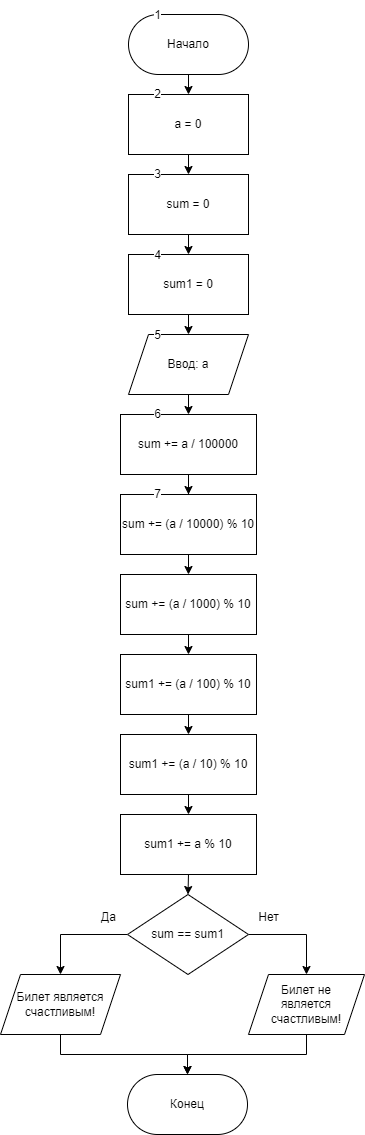
The draw.io diagram pr5/pr5.png in DeFis33/pr, before a commit. Source tidied: cells renumbered, new cells last; positions are measured from the earlier drawing's top-left corner, leaving out a move shared by most shapes.
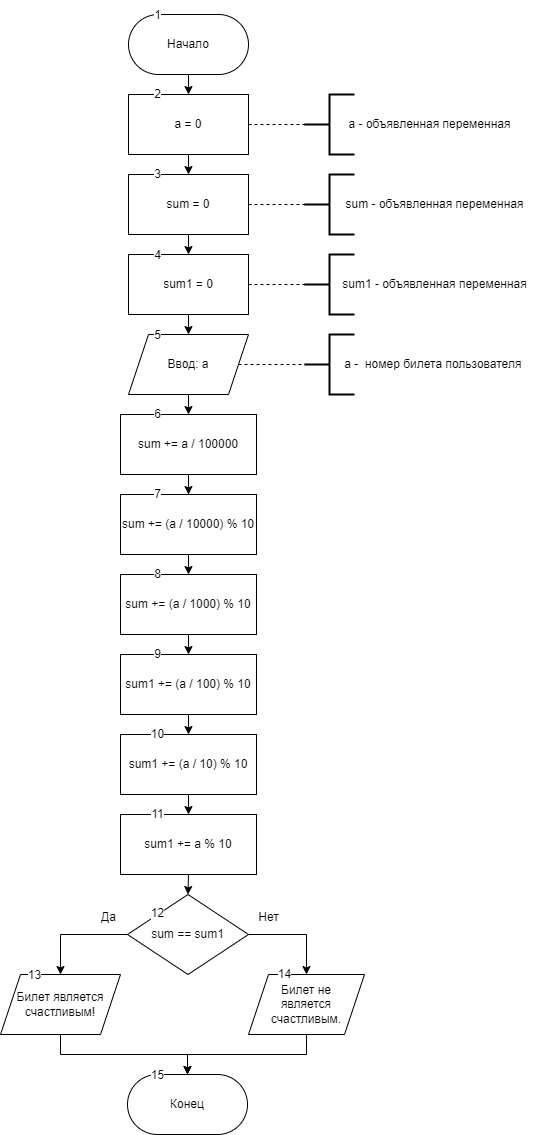
Later version of the same file.

The edit, as a diff of the source:
```diff
@@ -89,7 +89,7 @@
     <mxCell id="30" style="edgeStyle=orthogonalEdgeStyle;rounded=0;jettySize=auto;html=1;exitX=0.5;exitY=1;exitDx=0;exitDy=0;entryX=0.5;entryY=0;entryDx=0;entryDy=0;" parent="1" edge="1" source="31" target="34">
       <mxGeometry relative="1" as="geometry" />
     </mxCell>
-    <mxCell id="31" value="Билет не &lt;br&gt;является счастливым!" style="shape=parallelogram;perimeter=parallelogramPerimeter;whiteSpace=wrap;html=1;fixedSize=1;" parent="1" vertex="1">
+    <mxCell id="31" value="Билет не &lt;br&gt;является счастливым." style="shape=parallelogram;perimeter=parallelogramPerimeter;whiteSpace=wrap;html=1;fixedSize=1;" parent="1" vertex="1">
       <mxGeometry x="248" y="974" width="116" height="60" as="geometry" />
     </mxCell>
     <mxCell id="32" value="Да" style="text;html=1;align=center;verticalAlign=middle;strokeColor=none;fillColor=none;" parent="1" vertex="1">
@@ -119,5 +119,65 @@
     <mxCell id="40" value="7" style="text;html=1;align=center;verticalAlign=middle;strokeColor=none;fillColor=none;labelBackgroundColor=default;" parent="1" vertex="1">
       <mxGeometry x="142" y="479" width="30" height="30" as="geometry" />
     </mxCell>
+    <mxCell id="41" value="8" style="text;html=1;align=center;verticalAlign=middle;strokeColor=none;fillColor=none;labelBackgroundColor=default;" parent="1" vertex="1">
+      <mxGeometry x="142" y="559" width="30" height="30" as="geometry" />
+    </mxCell>
+    <mxCell id="42" value="9" style="text;html=1;align=center;verticalAlign=middle;strokeColor=none;fillColor=none;labelBackgroundColor=default;" parent="1" vertex="1">
+      <mxGeometry x="142" y="639" width="30" height="30" as="geometry" />
+    </mxCell>
+    <mxCell id="43" value="10" style="text;html=1;align=center;verticalAlign=middle;strokeColor=none;fillColor=none;labelBackgroundColor=default;" parent="1" vertex="1">
+      <mxGeometry x="137" y="719" width="40" height="30" as="geometry" />
+    </mxCell>
+    <mxCell id="44" value="11" style="text;html=1;align=center;verticalAlign=middle;strokeColor=none;fillColor=none;labelBackgroundColor=default;" parent="1" vertex="1">
+      <mxGeometry x="137" y="799" width="40" height="30" as="geometry" />
+    </mxCell>
+    <mxCell id="45" value="12" style="text;html=1;align=center;verticalAlign=middle;strokeColor=none;fillColor=none;labelBackgroundColor=default;" parent="1" vertex="1">
+      <mxGeometry x="137" y="898" width="40" height="30" as="geometry" />
+    </mxCell>
+    <mxCell id="46" value="13" style="text;html=1;align=center;verticalAlign=middle;strokeColor=none;fillColor=none;labelBackgroundColor=default;" parent="1" vertex="1">
+      <mxGeometry x="14" y="960" width="40" height="30" as="geometry" />
+    </mxCell>
+    <mxCell id="47" value="14" style="text;html=1;align=center;verticalAlign=middle;strokeColor=none;fillColor=none;labelBackgroundColor=default;" parent="1" vertex="1">
+      <mxGeometry x="264" y="959" width="40" height="30" as="geometry" />
+    </mxCell>
+    <mxCell id="48" value="15" style="text;html=1;align=center;verticalAlign=middle;strokeColor=none;fillColor=none;labelBackgroundColor=default;" parent="1" vertex="1">
+      <mxGeometry x="137" y="1060" width="40" height="30" as="geometry" />
+    </mxCell>
+    <mxCell id="49" style="strokeWidth=2;html=1;shape=mxgraph.flowchart.annotation_2;align=left;labelPosition=right;" parent="1" vertex="1">
+      <mxGeometry x="304" y="94" width="50" height="60" as="geometry" />
+    </mxCell>
+    <mxCell id="50" style="strokeWidth=2;html=1;shape=mxgraph.flowchart.annotation_2;align=left;labelPosition=right;" parent="1" vertex="1">
+      <mxGeometry x="304" y="174" width="50" height="60" as="geometry" />
+    </mxCell>
+    <mxCell id="51" style="strokeWidth=2;html=1;shape=mxgraph.flowchart.annotation_2;align=left;labelPosition=right;" parent="1" vertex="1">
+      <mxGeometry x="304" y="254" width="50" height="60" as="geometry" />
+    </mxCell>
+    <mxCell id="52" style="endArrow=none;dashed=1;html=1;rounded=0;exitX=1;exitY=0.5;exitDx=0;exitDy=0;entryX=0;entryY=0.5;entryDx=0;entryDy=0;entryPerimeter=0;" parent="1" edge="1" source="22" target="49">
+      <mxGeometry relative="1" as="geometry" />
+    </mxCell>
+    <mxCell id="53" style="endArrow=none;dashed=1;html=1;rounded=0;exitX=1;exitY=0.5;exitDx=0;exitDy=0;entryX=0;entryY=0.5;entryDx=0;entryDy=0;entryPerimeter=0;" parent="1" edge="1" source="18" target="50">
+      <mxGeometry relative="1" as="geometry" />
+    </mxCell>
+    <mxCell id="54" style="endArrow=none;dashed=1;html=1;rounded=0;exitX=1;exitY=0.5;exitDx=0;exitDy=0;entryX=0;entryY=0.5;entryDx=0;entryDy=0;entryPerimeter=0;" parent="1" edge="1" source="20" target="51">
+      <mxGeometry relative="1" as="geometry" />
+    </mxCell>
+    <mxCell id="55" value="a -&amp;nbsp;объявленная переменная" style="text;html=1;align=center;verticalAlign=middle;strokeColor=none;fillColor=none;" parent="1" vertex="1">
+      <mxGeometry x="334" y="109" width="190" height="30" as="geometry" />
+    </mxCell>
+    <mxCell id="56" value="sum -&amp;nbsp;объявленная переменная" style="text;html=1;align=center;verticalAlign=middle;strokeColor=none;fillColor=none;" parent="1" vertex="1">
+      <mxGeometry x="334" y="189" width="200" height="30" as="geometry" />
+    </mxCell>
+    <mxCell id="57" value="sum1 -&amp;nbsp;объявленная переменная" style="text;html=1;align=center;verticalAlign=middle;strokeColor=none;fillColor=none;" parent="1" vertex="1">
+      <mxGeometry x="329" y="269" width="210" height="30" as="geometry" />
+    </mxCell>
+    <mxCell id="58" style="strokeWidth=2;html=1;shape=mxgraph.flowchart.annotation_2;align=left;labelPosition=right;" parent="1" vertex="1">
+      <mxGeometry x="304" y="334" width="50" height="60" as="geometry" />
+    </mxCell>
+    <mxCell id="59" style="endArrow=none;dashed=1;html=1;rounded=0;exitX=1;exitY=0.5;exitDx=0;exitDy=0;entryX=0;entryY=0.5;entryDx=0;entryDy=0;entryPerimeter=0;" parent="1" edge="1" source="24" target="58">
+      <mxGeometry relative="1" as="geometry" />
+    </mxCell>
+    <mxCell id="60" value="a -&amp;nbsp; номер билета пользователя&amp;nbsp;" style="text;html=1;align=center;verticalAlign=middle;strokeColor=none;fillColor=none;" parent="1" vertex="1">
+      <mxGeometry x="334" y="349" width="200" height="30" as="geometry" />
+    </mxCell>
   </root>
 </mxGraphModel>
```
